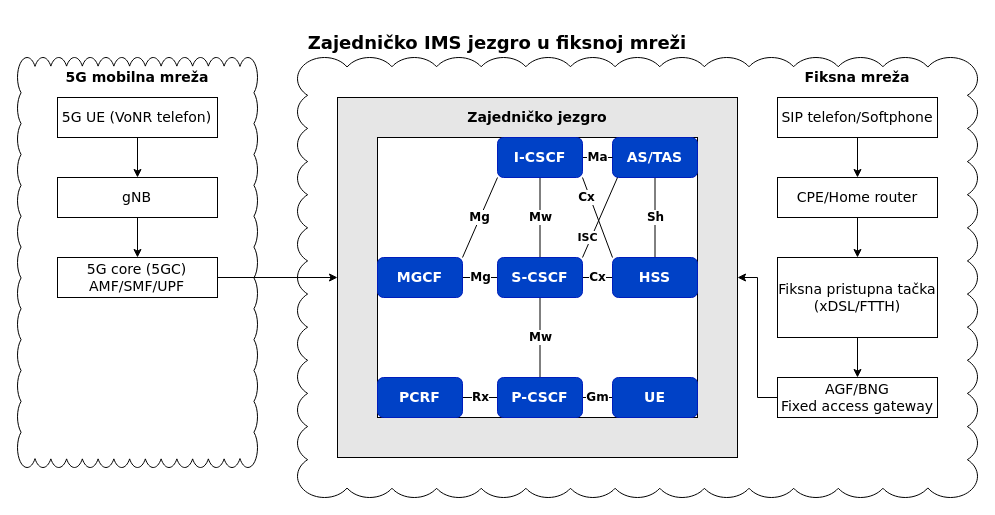
Above: assets/diagrams/draw_io/code/common_ims_core_in_a_fixed_network.drawio in ZakiraZaza/SSMTK_FMC_VoNR_IMS_5G (draw.io), before the change. Source tidied: cells renumbered, new cells numbered last; positions are measured from the earlier drawing's top-left corner, leaving out a move shared by most shapes. Both pictures are drawn from the tidied source at 100%, with x=0, y=0 at pixel (17, 17).
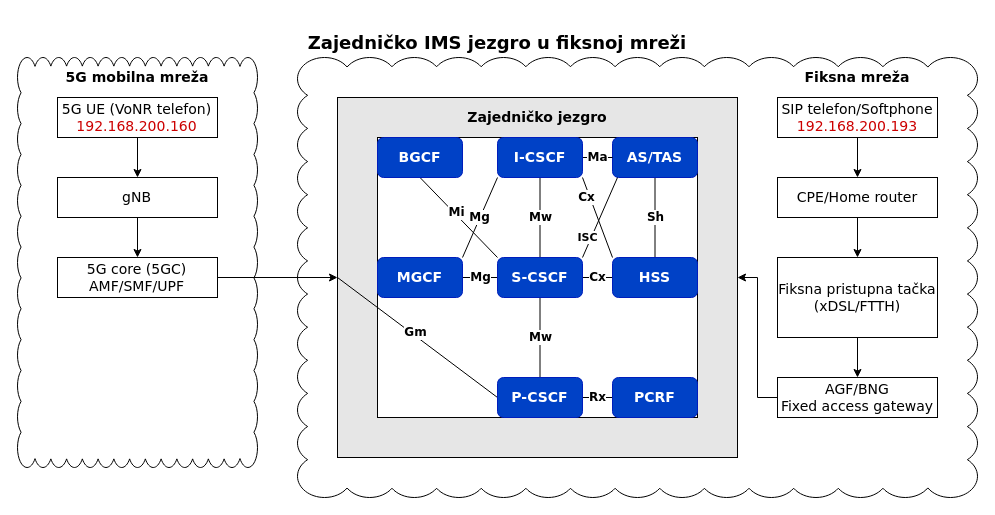
After the change.

The change refers to these unchanged cells:
```xml
<mxCell id="21" style="group;" parent="1" vertex="1">
  <mxGeometry x="320" y="80" width="400" height="360" as="geometry" />
</mxCell>
<mxCell id="22" style="rounded=0;whiteSpace=wrap;html=1;fillColor=light-dark(#E6E6E6,#FFFFFF);labelPosition=center;verticalLabelPosition=middle;align=center;verticalAlign=middle;fontFamily=Verdana;" parent="21" vertex="1">
  <mxGeometry width="400" height="360" as="geometry" />
</mxCell>
<mxCell id="35" value="&lt;b&gt;S-CSCF&lt;/b&gt;" style="rounded=1;whiteSpace=wrap;html=1;fillColor=light-dark(#0041C6,#003A74);fontColor=#ffffff;strokeColor=#001DBC;fontSize=14;strokeWidth=1;fontFamily=Verdana;" parent="21" vertex="1">
  <mxGeometry x="160" y="160" width="85" height="40" as="geometry" />
</mxCell>
<mxCell id="40" value="&lt;b&gt;P-CSCF&lt;/b&gt;" style="rounded=1;whiteSpace=wrap;html=1;fillColor=light-dark(#0041C6,#003A74);fontColor=#ffffff;strokeColor=#001DBC;fontSize=14;strokeWidth=1;fontFamily=Verdana;" parent="21" vertex="1">
  <mxGeometry x="160" y="280" width="85" height="40" as="geometry" />
</mxCell>
```

Change to the diagram source:
```diff
@@
-    <mxCell id="6" value="&lt;font&gt;5G UE (VoNR telefon)&lt;/font&gt;" style="rounded=0;whiteSpace=wrap;html=1;fontSize=14;fontStyle=0;fontFamily=Verdana;spacingLeft=-1;" parent="1" vertex="1">
+    <mxCell id="6" value="&lt;div&gt;&lt;font&gt;5G UE (VoNR telefon)&lt;/font&gt;&lt;/div&gt;&lt;div&gt;&lt;font style=&quot;color: rgb(204, 0, 0);&quot;&gt;192.168.200.160&lt;/font&gt;&lt;/div&gt;" style="rounded=0;whiteSpace=wrap;html=1;fontSize=14;fontStyle=0;fontFamily=Verdana;spacingLeft=-1;" parent="1" vertex="1">
       <mxGeometry x="40" y="80" width="160" height="40" as="geometry" />
     </mxCell>
@@
-    <mxCell id="12" value="SIP telefon/Softphone" style="rounded=0;whiteSpace=wrap;html=1;fontSize=14;fontStyle=0;fontFamily=Verdana;" parent="1" vertex="1">
+    <mxCell id="12" value="&lt;div&gt;SIP telefon/Softphone&lt;/div&gt;&lt;div&gt;&lt;font style=&quot;color: rgb(204, 0, 0);&quot;&gt;192.168.200.193&lt;/font&gt;&lt;/div&gt;" style="rounded=0;whiteSpace=wrap;html=1;fontSize=14;fontStyle=0;fontFamily=Verdana;" parent="1" vertex="1">
       <mxGeometry x="760" y="80" width="160" height="40" as="geometry" />
     </mxCell>
@@
-    <mxCell id="37" value="Rx" style="rounded=0;jettySize=auto;html=1;exitX=1;exitY=0.5;exitDx=0;exitDy=0;entryX=0;entryY=0.5;entryDx=0;entryDy=0;endArrow=none;endFill=0;fontStyle=1;fontSize=12;fontFamily=Verdana;" parent="21" edge="1" source="38" target="40">
-      <mxGeometry relative="1" as="geometry" />
-    </mxCell>
-    <mxCell id="38" value="&lt;b&gt;PCRF&lt;/b&gt;" style="rounded=1;whiteSpace=wrap;html=1;fillColor=light-dark(#0041C6,#003A74);fontColor=#ffffff;strokeColor=#001DBC;fontSize=14;strokeWidth=1;fontFamily=Verdana;" parent="21" vertex="1">
-      <mxGeometry x="40" y="280" width="85" height="40" as="geometry" />
-    </mxCell>
-    <mxCell id="39" value="Gm" style="rounded=0;jettySize=auto;html=1;exitX=1;exitY=0.5;exitDx=0;exitDy=0;entryX=0;entryY=0.5;entryDx=0;entryDy=0;endArrow=none;endFill=0;fontStyle=1;fontSize=12;fontFamily=Verdana;" parent="21" edge="1" source="40" target="41">
+    <mxCell id="39" value="&lt;div&gt;Rx&lt;/div&gt;" style="rounded=0;jettySize=auto;html=1;exitX=1;exitY=0.5;exitDx=0;exitDy=0;entryX=0;entryY=0.5;entryDx=0;entryDy=0;endArrow=none;endFill=0;fontStyle=1;fontSize=12;fontFamily=Verdana;" parent="21" edge="1" source="40" target="41">
       <mxGeometry relative="1" as="geometry" />
     </mxCell>
+    <mxCell id="44" style="rounded=0;jettySize=auto;html=1;exitX=0;exitY=0.5;exitDx=0;exitDy=0;entryX=0;entryY=0.5;entryDx=0;entryDy=0;endArrow=none;endFill=0;" parent="21" edge="1" source="40" target="22">
+      <mxGeometry relative="1" as="geometry" />
+    </mxCell>
+    <mxCell id="45" value="&lt;font face=&quot;Verdana&quot; style=&quot;font-size: 12px;&quot;&gt;&lt;b&gt;Gm&lt;/b&gt;&lt;/font&gt;" style="edgeLabel;html=1;align=center;verticalAlign=middle;" parent="44" vertex="1">
+      <mxGeometry x="0.06" y="-3" relative="1" as="geometry" />
+    </mxCell>
@@
-    <mxCell id="41" value="&lt;b&gt;UE&lt;/b&gt;" style="rounded=1;whiteSpace=wrap;html=1;fillColor=light-dark(#0041C6,#003A74);fontColor=#ffffff;strokeColor=#001DBC;fontSize=14;strokeWidth=1;fontFamily=Verdana;" parent="21" vertex="1">
+    <mxCell id="41" value="&lt;div&gt;&lt;b&gt;PCRF&lt;/b&gt;&lt;/div&gt;" style="rounded=1;whiteSpace=wrap;html=1;fillColor=light-dark(#0041C6,#003A74);fontColor=#ffffff;strokeColor=#001DBC;fontSize=14;strokeWidth=1;fontFamily=Verdana;" parent="21" vertex="1">
       <mxGeometry x="275" y="280" width="85" height="40" as="geometry" />
     </mxCell>
@@
+    <mxCell id="46" style="rounded=0;jettySize=auto;html=1;exitX=0.5;exitY=1;exitDx=0;exitDy=0;entryX=0;entryY=0;entryDx=0;entryDy=0;endArrow=none;endFill=0;" parent="21" edge="1" source="48" target="35">
+      <mxGeometry relative="1" as="geometry" />
+    </mxCell>
+    <mxCell id="47" value="&lt;font style=&quot;font-size: 12px;&quot; face=&quot;Verdana&quot;&gt;&lt;b&gt;Mi&lt;/b&gt;&lt;/font&gt;" style="edgeLabel;html=1;align=center;verticalAlign=middle;" parent="46" vertex="1">
+      <mxGeometry x="-0.1" y="2" relative="1" as="geometry" />
+    </mxCell>
+    <mxCell id="48" value="&lt;div&gt;&lt;b&gt;BGCF&lt;/b&gt;&lt;/div&gt;" style="rounded=1;whiteSpace=wrap;html=1;fillColor=light-dark(#0041C6,#003A74);fontColor=#ffffff;strokeColor=#001DBC;fontSize=14;strokeWidth=1;fontFamily=Verdana;" parent="21" vertex="1">
+      <mxGeometry x="40" y="40" width="85" height="40" as="geometry" />
+    </mxCell>
```
